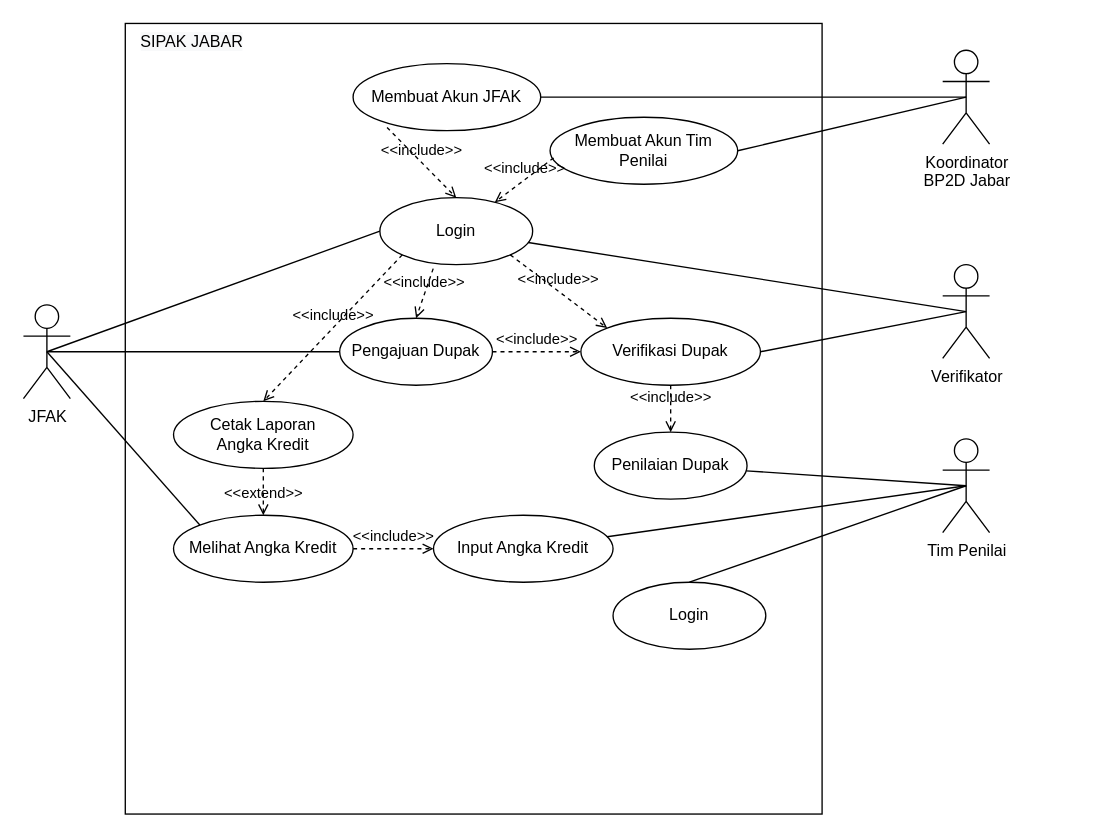
rafifauzi/SIPAK keeps this draw.io diagram as Analis/Diagram/Untitled Diagram.drawio. Above is the earlier version. Source tidied: cells renumbered, new cells numbered last; positions are measured from the earlier drawing's top-left corner, leaving out a move shared by most shapes. Both pictures are drawn from the tidied source at 134%, with x=0, y=0 at pixel (23, 23).
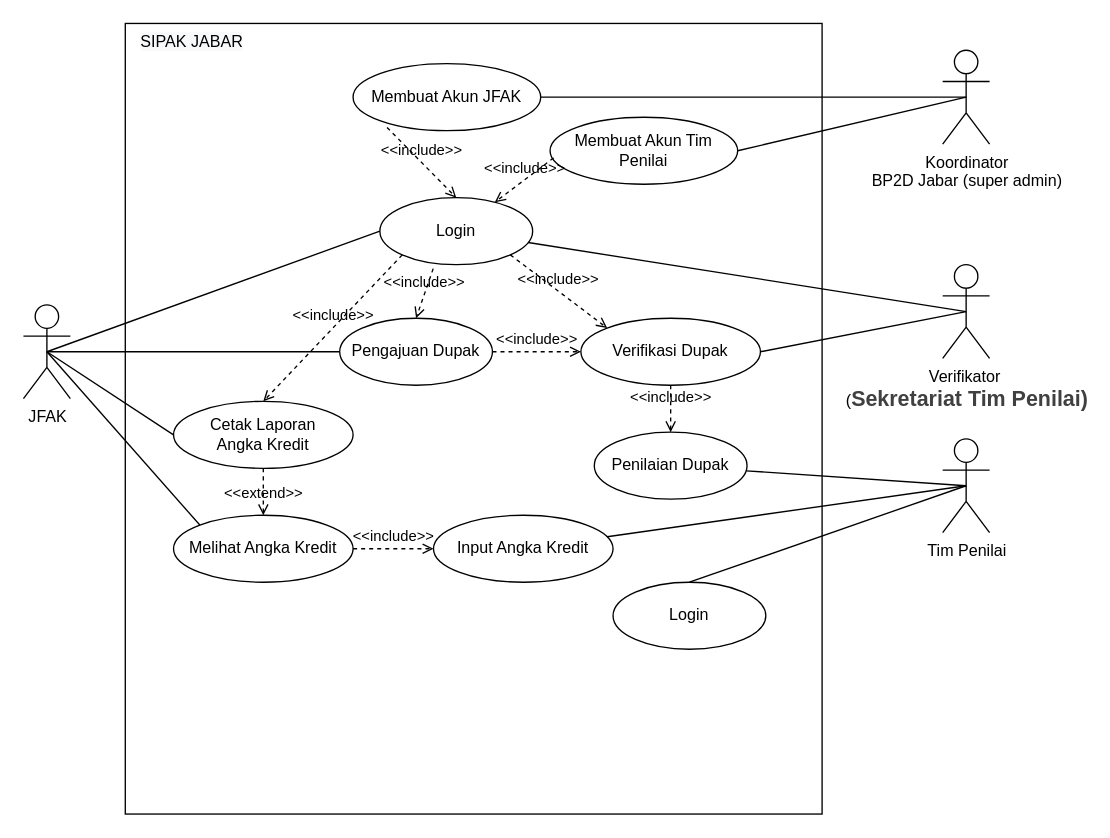
Above is the later version.

Unchanged cells that the change refers to:
```xml
<mxCell id="18" value="Cetak Laporan&lt;br&gt;Angka Kredit" style="ellipse;whiteSpace=wrap;html=1;" parent="2" vertex="1">
  <mxGeometry x="36" y="282" width="134" height="50" as="geometry" />
</mxCell>
<mxCell id="23" value="JFAK" style="shape=umlActor;verticalLabelPosition=bottom;verticalAlign=top;html=1;outlineConnect=0;" parent="1" vertex="1">
  <mxGeometry y="210" width="35" height="70" as="geometry" />
</mxCell>
```

Change to the diagram source:
```diff
@@
-    <mxCell id="25" value="Koordinator&lt;br&gt;BP2D Jabar" style="shape=umlActor;verticalLabelPosition=bottom;verticalAlign=top;html=1;outlineConnect=0;" parent="1" vertex="1">
+    <mxCell id="25" value="Koordinator&lt;br&gt;BP2D Jabar (super admin)" style="shape=umlActor;verticalLabelPosition=bottom;verticalAlign=top;html=1;outlineConnect=0;" parent="1" vertex="1">
       <mxGeometry x="686" y="20" width="35" height="70" as="geometry" />
     </mxCell>
@@
-    <mxCell id="30" value="Verifikator" style="shape=umlActor;verticalLabelPosition=bottom;verticalAlign=top;html=1;outlineConnect=0;" parent="1" vertex="1">
+    <mxCell id="30" value="Verifikator&amp;nbsp;&lt;br&gt;(&lt;span style=&quot;text-indent: 0in ; font-size: 12pt ; font-family: &amp;#34;calibri&amp;#34; ; color: rgb(64 , 64 , 64) ; letter-spacing: 0pt ; font-weight: bold ; vertical-align: baseline&quot;&gt;Sekretariat&lt;/span&gt;&lt;span style=&quot;text-indent: 0in ; font-size: 12pt ; font-family: &amp;#34;calibri&amp;#34; ; color: rgb(64 , 64 , 64) ; letter-spacing: 0pt ; font-weight: bold ; vertical-align: baseline&quot;&gt; Tim &lt;/span&gt;&lt;span style=&quot;text-indent: 0in ; font-size: 12pt ; font-family: &amp;#34;calibri&amp;#34; ; color: rgb(64 , 64 , 64) ; letter-spacing: 0pt ; font-weight: bold ; vertical-align: baseline&quot;&gt;Penilai)&lt;/span&gt;" style="shape=umlActor;verticalLabelPosition=bottom;verticalAlign=top;html=1;outlineConnect=0;" parent="1" vertex="1">
       <mxGeometry x="686" y="180" width="35" height="70" as="geometry" />
     </mxCell>
@@
+    <mxCell id="37" style="endArrow=none;html=1;rounded=0;exitX=0;exitY=0.5;exitDx=0;exitDy=0;entryX=0.5;entryY=0.5;entryDx=0;entryDy=0;entryPerimeter=0;" parent="1" edge="1" source="18" target="23">
+      <mxGeometry relative="1" as="geometry" />
+    </mxCell>
```
